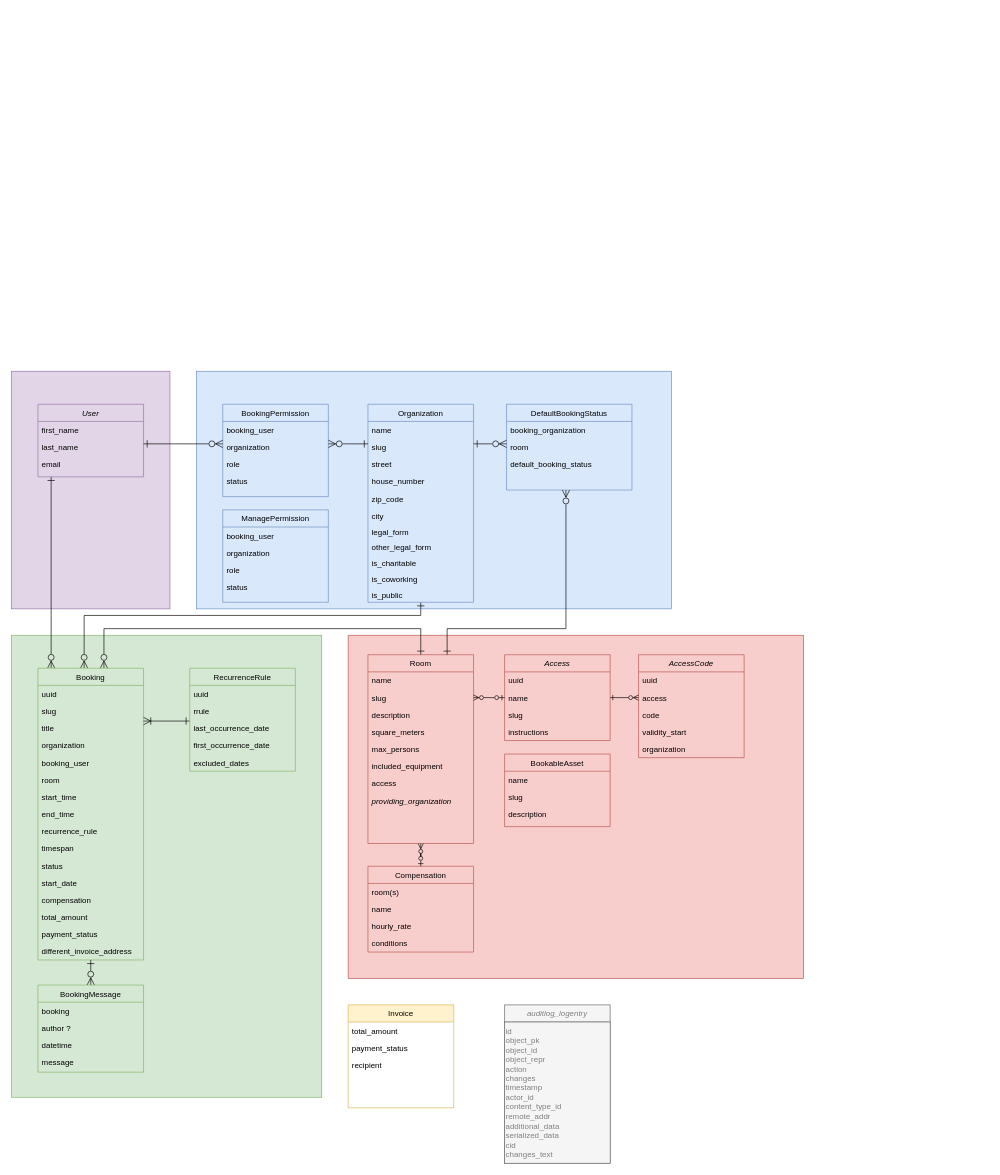
Before: docs/modelling/erd-v1.3.0.drawio in Haus-des-Engagements/re-sharing, a draw.io diagram. Source tidied: cells renumbered, new cells numbered last; positions are measured from the earlier drawing's top-left corner, leaving out a move shared by most shapes. Both pictures are drawn from the tidied source at 66%, with x=0, y=0 at pixel (11, 371).
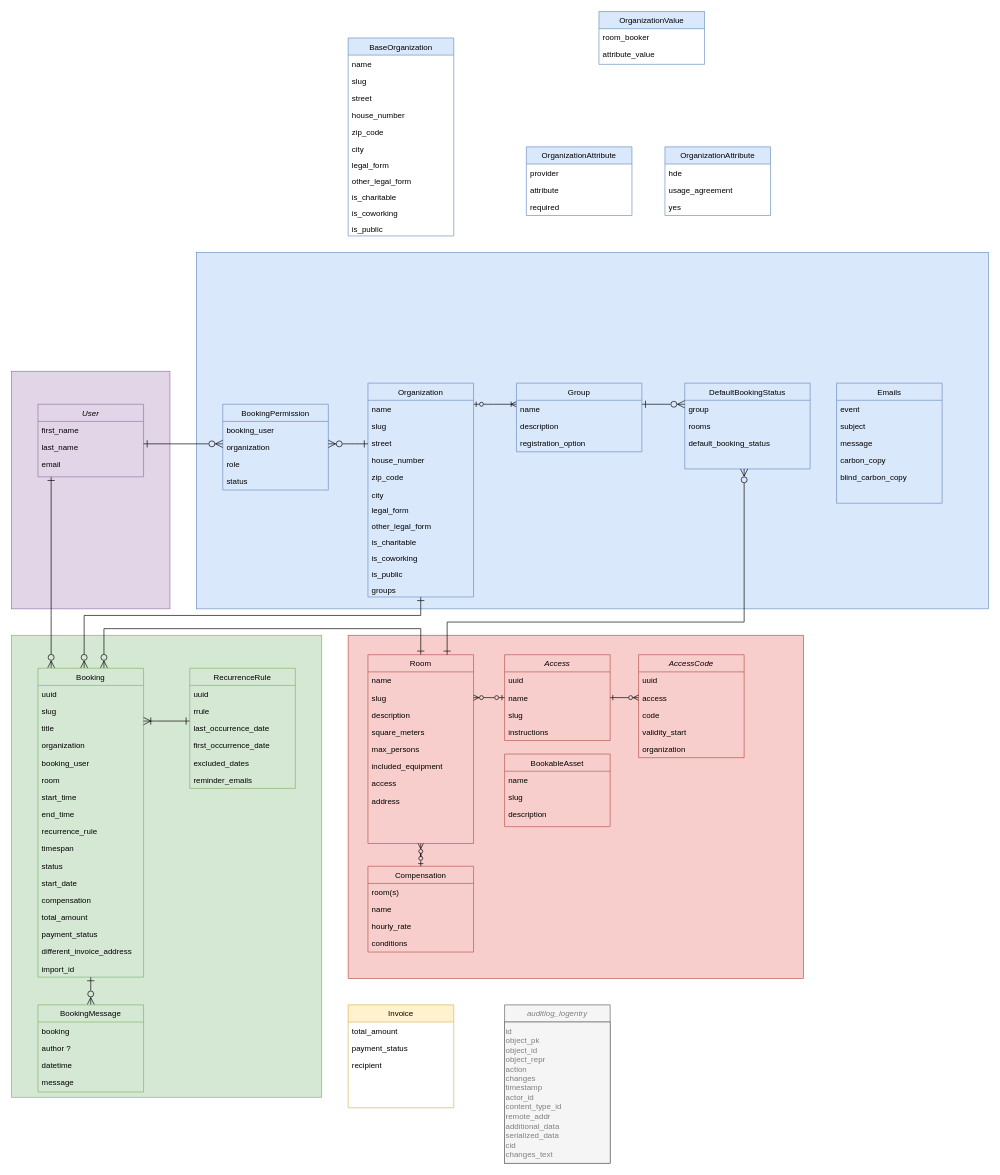
After the change.

The change refers to these unchanged cells:
```xml
<mxCell id="24" value="Room" style="swimlane;fontStyle=0;align=center;verticalAlign=top;horizontal=1;startSize=26;rounded=0;shadow=0;strokeWidth=1;fillColor=#f8cecc;strokeColor=#b85450;" parent="1" vertex="1">
  <mxGeometry x="540" y="429.5" width="160" height="286" as="geometry" />
</mxCell>
```

Change to the diagram source:
```diff
@@
     <mxCell id="2" style="rounded=0;whiteSpace=wrap;html=1;fillColor=#dae8fc;strokeColor=#6c8ebf;" parent="1" vertex="1">
-      <mxGeometry x="280" width="720" height="360" as="geometry" />
+      <mxGeometry x="280" y="-180" width="1200" height="540" as="geometry" />
     </mxCell>
@@
+    <mxCell id="111" style="edgeStyle=orthogonalEdgeStyle;rounded=0;jettySize=auto;html=1;startArrow=ERzeroToOne;startFill=0;endArrow=ERoneToMany;endFill=0;" parent="1" edge="1" source="12" target="145">
+      <mxGeometry relative="1" as="geometry">
+        <Array as="points">
+          <mxPoint x="730" y="50" />
+          <mxPoint x="730" y="50" />
+        </Array>
+      </mxGeometry>
+    </mxCell>
     <mxCell id="12" value="Organization" style="swimlane;fontStyle=0;align=center;verticalAlign=top;horizontal=1;startSize=26;rounded=0;shadow=0;strokeWidth=1;fillColor=#dae8fc;strokeColor=#6c8ebf;" parent="1" vertex="1">
-      <mxGeometry x="540" y="50" width="160" height="300" as="geometry" />
+      <mxGeometry x="540" y="18" width="160" height="324" as="geometry" />
     </mxCell>
@@
+    <mxCell id="112" value="groups" style="text;align=left;verticalAlign=top;spacingLeft=4;spacingRight=4;overflow=hidden;" parent="12" vertex="1">
+      <mxGeometry y="300" width="160" height="24" as="geometry" />
+    </mxCell>
@@
-    <mxCell id="32" value="providing_organization" style="text;align=left;verticalAlign=top;spacingLeft=4;spacingRight=4;overflow=hidden;rounded=0;shadow=0;textShadow=0;fontStyle=2;fontSize=12;" parent="24" vertex="1">
-      <mxGeometry y="208" width="160" height="26" as="geometry" />
-    </mxCell>
+    <mxCell id="113" value="address" style="text;align=left;verticalAlign=top;spacingLeft=4;spacingRight=4;overflow=hidden;rounded=0;shadow=0;html=0;" parent="24" vertex="1">
+      <mxGeometry y="208" width="160" height="26" as="geometry" />
+    </mxCell>
@@
     <mxCell id="36" value="Booking" style="swimlane;fontStyle=0;align=center;verticalAlign=top;horizontal=1;startSize=26;rounded=0;shadow=0;strokeWidth=1;fillColor=#d5e8d4;strokeColor=#82b366;" parent="1" vertex="1">
-      <mxGeometry x="40" y="450" width="160" height="442" as="geometry" />
+      <mxGeometry x="40" y="450" width="160" height="468" as="geometry" />
     </mxCell>
@@
+    <mxCell id="114" value="import_id" style="text;align=left;verticalAlign=top;spacingLeft=4;spacingRight=4;overflow=hidden;rounded=0;shadow=0;html=0;" parent="36" vertex="1">
+      <mxGeometry y="442" width="160" height="26" as="geometry" />
+    </mxCell>
@@
     <mxCell id="55" value="BookingMessage" style="swimlane;fontStyle=0;align=center;verticalAlign=top;horizontal=1;startSize=26;rounded=0;shadow=0;strokeWidth=1;fillColor=#d5e8d4;strokeColor=#82b366;" parent="1" vertex="1">
-      <mxGeometry x="40" y="930" width="160" height="132" as="geometry" />
+      <mxGeometry x="40" y="960" width="160" height="132" as="geometry" />
     </mxCell>
@@
     <mxCell id="60" value="DefaultBookingStatus" style="swimlane;fontStyle=0;align=center;verticalAlign=top;horizontal=1;startSize=26;rounded=0;shadow=0;strokeWidth=1;fillColor=#dae8fc;strokeColor=#6c8ebf;" parent="1" vertex="1">
-      <mxGeometry x="750" y="50" width="190" height="130" as="geometry" />
+      <mxGeometry x="1020" y="18" width="190" height="130" as="geometry" />
     </mxCell>
-    <mxCell id="61" value="booking_organization" style="text;align=left;verticalAlign=top;spacingLeft=4;spacingRight=4;overflow=hidden;" parent="60" vertex="1">
+    <mxCell id="61" value="group" style="text;align=left;verticalAlign=top;spacingLeft=4;spacingRight=4;overflow=hidden;" parent="60" vertex="1">
       <mxGeometry y="26" width="190" height="26" as="geometry" />
     </mxCell>
-    <mxCell id="62" value="room" style="text;align=left;verticalAlign=top;spacingLeft=4;spacingRight=4;overflow=hidden;rounded=0;shadow=0;html=0;" parent="60" vertex="1">
+    <mxCell id="62" value="rooms" style="text;align=left;verticalAlign=top;spacingLeft=4;spacingRight=4;overflow=hidden;rounded=0;shadow=0;html=0;" parent="60" vertex="1">
       <mxGeometry y="52" width="190" height="26" as="geometry" />
     </mxCell>
@@
-    <mxCell id="64" style="edgeStyle=orthogonalEdgeStyle;rounded=0;jettySize=auto;html=1;startArrow=ERzeroToMany;startFill=0;endArrow=ERone;endFill=0;strokeWidth=1;endSize=9;startSize=9;" parent="1" edge="1" source="60" target="12">
+    <mxCell id="64" style="edgeStyle=orthogonalEdgeStyle;rounded=0;jettySize=auto;html=1;startArrow=ERzeroToMany;startFill=0;endArrow=ERone;endFill=0;strokeWidth=1;endSize=9;startSize=9;" parent="1" edge="1" source="60" target="145">
       <mxGeometry relative="1" as="geometry">
         <Array as="points">
-          <mxPoint x="720" y="110" />
-          <mxPoint x="720" y="110" />
+          <mxPoint x="960" y="50" />
+          <mxPoint x="960" y="50" />
         </Array>
       </mxGeometry>
     </mxCell>
     <mxCell id="65" style="edgeStyle=orthogonalEdgeStyle;rounded=0;jettySize=auto;html=1;startArrow=ERone;startFill=0;endArrow=ERzeroToMany;endFill=0;strokeWidth=1;curved=0;endSize=9;startSize=9;" parent="1" edge="1" source="24" target="60">
       <mxGeometry relative="1" as="geometry">
         <Array as="points">
-          <mxPoint x="660" y="390" />
-          <mxPoint x="840" y="390" />
+          <mxPoint x="660" y="380" />
+          <mxPoint x="1110" y="380" />
         </Array>
       </mxGeometry>
     </mxCell>
     <mxCell id="66" value="BookingPermission" style="swimlane;fontStyle=0;align=center;verticalAlign=top;horizontal=1;startSize=26;rounded=0;shadow=0;strokeWidth=1;fillColor=#dae8fc;strokeColor=#6c8ebf;" parent="1" vertex="1">
-      <mxGeometry x="320" y="50" width="160" height="140" as="geometry" />
+      <mxGeometry x="320" y="50" width="160" height="130" as="geometry" />
     </mxCell>
@@
     <mxCell id="91" value="RecurrenceRule" style="swimlane;fontStyle=0;align=center;verticalAlign=top;horizontal=1;startSize=26;rounded=0;shadow=0;strokeWidth=1;fillColor=#d5e8d4;strokeColor=#82b366;" parent="1" vertex="1">
-      <mxGeometry x="270" y="450" width="160" height="156" as="geometry" />
+      <mxGeometry x="270" y="450" width="160" height="182" as="geometry" />
     </mxCell>
@@
+    <mxCell id="115" value="reminder_emails" style="text;align=left;verticalAlign=top;spacingLeft=4;spacingRight=4;overflow=hidden;rounded=0;shadow=0;html=0;" parent="91" vertex="1">
+      <mxGeometry y="156" width="160" height="26" as="geometry" />
+    </mxCell>
@@
-    <mxCell id="106" value="ManagePermission" style="swimlane;fontStyle=0;align=center;verticalAlign=top;horizontal=1;startSize=26;rounded=0;shadow=0;strokeWidth=1;fillColor=#dae8fc;strokeColor=#6c8ebf;" parent="1" vertex="1">
-      <mxGeometry x="320" y="210" width="160" height="140" as="geometry" />
-    </mxCell>
-    <mxCell id="107" value="booking_user" style="text;align=left;verticalAlign=top;spacingLeft=4;spacingRight=4;overflow=hidden;" parent="106" vertex="1">
-      <mxGeometry y="26" width="160" height="26" as="geometry" />
-    </mxCell>
-    <mxCell id="108" value="organization" style="text;align=left;verticalAlign=top;spacingLeft=4;spacingRight=4;overflow=hidden;rounded=0;shadow=0;html=0;" parent="106" vertex="1">
-      <mxGeometry y="52" width="160" height="26" as="geometry" />
-    </mxCell>
-    <mxCell id="109" value="role" style="text;align=left;verticalAlign=top;spacingLeft=4;spacingRight=4;overflow=hidden;rounded=0;shadow=0;html=0;" parent="106" vertex="1">
-      <mxGeometry y="78" width="160" height="26" as="geometry" />
-    </mxCell>
-    <mxCell id="110" value="status" style="text;align=left;verticalAlign=top;spacingLeft=4;spacingRight=4;overflow=hidden;rounded=0;shadow=0;html=0;" parent="106" vertex="1">
-      <mxGeometry y="104" width="160" height="26" as="geometry" />
-    </mxCell>
+    <mxCell id="116" value="BaseOrganization" style="swimlane;fontStyle=0;align=center;verticalAlign=top;horizontal=1;startSize=26;rounded=0;shadow=0;strokeWidth=1;fillColor=#dae8fc;strokeColor=#6c8ebf;" parent="1" vertex="1">
+      <mxGeometry x="510" y="-505" width="160" height="300" as="geometry" />
+    </mxCell>
+    <mxCell id="117" value="name" style="text;align=left;verticalAlign=top;spacingLeft=4;spacingRight=4;overflow=hidden;" parent="116" vertex="1">
+      <mxGeometry y="26" width="160" height="26" as="geometry" />
+    </mxCell>
+    <mxCell id="118" value="slug" style="text;align=left;verticalAlign=top;spacingLeft=4;spacingRight=4;overflow=hidden;rounded=0;shadow=0;html=0;" parent="116" vertex="1">
+      <mxGeometry y="52" width="160" height="26" as="geometry" />
+    </mxCell>
+    <mxCell id="119" value="street" style="text;align=left;verticalAlign=top;spacingLeft=4;spacingRight=4;overflow=hidden;rounded=0;shadow=0;html=0;" parent="116" vertex="1">
+      <mxGeometry y="78" width="160" height="26" as="geometry" />
+    </mxCell>
+    <mxCell id="120" value="house_number" style="text;align=left;verticalAlign=top;spacingLeft=4;spacingRight=4;overflow=hidden;rounded=0;shadow=0;html=0;" parent="116" vertex="1">
+      <mxGeometry y="104" width="160" height="26" as="geometry" />
+    </mxCell>
+    <mxCell id="121" value="zip_code" style="text;align=left;verticalAlign=top;spacingLeft=4;spacingRight=4;overflow=hidden;rounded=0;shadow=0;html=0;" parent="116" vertex="1">
+      <mxGeometry y="130" width="160" height="26" as="geometry" />
+    </mxCell>
+    <mxCell id="122" value="city" style="text;align=left;verticalAlign=top;spacingLeft=4;spacingRight=4;overflow=hidden;" parent="116" vertex="1">
+      <mxGeometry y="156" width="160" height="24" as="geometry" />
+    </mxCell>
+    <mxCell id="123" value="legal_form" style="text;align=left;verticalAlign=top;spacingLeft=4;spacingRight=4;overflow=hidden;" parent="116" vertex="1">
+      <mxGeometry y="180" width="160" height="24" as="geometry" />
+    </mxCell>
+    <mxCell id="124" value="other_legal_form" style="text;align=left;verticalAlign=top;spacingLeft=4;spacingRight=4;overflow=hidden;" parent="116" vertex="1">
+      <mxGeometry y="204" width="160" height="24" as="geometry" />
+    </mxCell>
+    <mxCell id="125" value="is_charitable" style="text;align=left;verticalAlign=top;spacingLeft=4;spacingRight=4;overflow=hidden;" parent="116" vertex="1">
+      <mxGeometry y="228" width="160" height="24" as="geometry" />
+    </mxCell>
+    <mxCell id="126" value="is_coworking" style="text;align=left;verticalAlign=top;spacingLeft=4;spacingRight=4;overflow=hidden;" parent="116" vertex="1">
+      <mxGeometry y="252" width="160" height="24" as="geometry" />
+    </mxCell>
+    <mxCell id="127" value="is_public" style="text;align=left;verticalAlign=top;spacingLeft=4;spacingRight=4;overflow=hidden;" parent="116" vertex="1">
+      <mxGeometry y="276" width="160" height="24" as="geometry" />
+    </mxCell>
+    <mxCell id="128" value="OrganizationAttribute" style="swimlane;fontStyle=0;align=center;verticalAlign=top;horizontal=1;startSize=26;rounded=0;shadow=0;strokeWidth=1;fillColor=#dae8fc;strokeColor=#6c8ebf;" parent="1" vertex="1">
+      <mxGeometry x="780" y="-340" width="160" height="104" as="geometry" />
+    </mxCell>
+    <mxCell id="129" value="provider" style="text;align=left;verticalAlign=top;spacingLeft=4;spacingRight=4;overflow=hidden;" parent="128" vertex="1">
+      <mxGeometry y="26" width="160" height="26" as="geometry" />
+    </mxCell>
+    <mxCell id="130" value="attribute" style="text;align=left;verticalAlign=top;spacingLeft=4;spacingRight=4;overflow=hidden;" parent="128" vertex="1">
+      <mxGeometry y="52" width="160" height="26" as="geometry" />
+    </mxCell>
+    <mxCell id="131" value="required" style="text;align=left;verticalAlign=top;spacingLeft=4;spacingRight=4;overflow=hidden;" parent="128" vertex="1">
+      <mxGeometry y="78" width="160" height="26" as="geometry" />
+    </mxCell>
+    <mxCell id="132" value="OrganizationValue" style="swimlane;fontStyle=0;align=center;verticalAlign=top;horizontal=1;startSize=26;rounded=0;shadow=0;strokeWidth=1;fillColor=#dae8fc;strokeColor=#6c8ebf;" parent="1" vertex="1">
+      <mxGeometry x="890" y="-545" width="160" height="80" as="geometry" />
+    </mxCell>
+    <mxCell id="133" value="room_booker" style="text;align=left;verticalAlign=top;spacingLeft=4;spacingRight=4;overflow=hidden;" parent="132" vertex="1">
+      <mxGeometry y="26" width="160" height="26" as="geometry" />
+    </mxCell>
+    <mxCell id="134" value="attribute_value" style="text;align=left;verticalAlign=top;spacingLeft=4;spacingRight=4;overflow=hidden;" parent="132" vertex="1">
+      <mxGeometry y="52" width="160" height="26" as="geometry" />
+    </mxCell>
+    <mxCell id="135" value="OrganizationAttribute" style="swimlane;fontStyle=0;align=center;verticalAlign=top;horizontal=1;startSize=26;rounded=0;shadow=0;strokeWidth=1;fillColor=#dae8fc;strokeColor=#6c8ebf;" parent="1" vertex="1">
+      <mxGeometry x="990" y="-340" width="160" height="104" as="geometry" />
+    </mxCell>
+    <mxCell id="136" value="hde" style="text;align=left;verticalAlign=top;spacingLeft=4;spacingRight=4;overflow=hidden;" parent="135" vertex="1">
+      <mxGeometry y="26" width="160" height="26" as="geometry" />
+    </mxCell>
+    <mxCell id="137" value="usage_agreement" style="text;align=left;verticalAlign=top;spacingLeft=4;spacingRight=4;overflow=hidden;" parent="135" vertex="1">
+      <mxGeometry y="52" width="160" height="26" as="geometry" />
+    </mxCell>
+    <mxCell id="138" value="yes" style="text;align=left;verticalAlign=top;spacingLeft=4;spacingRight=4;overflow=hidden;" parent="135" vertex="1">
+      <mxGeometry y="78" width="160" height="26" as="geometry" />
+    </mxCell>
+    <mxCell id="139" value="Emails" style="swimlane;fontStyle=0;align=center;verticalAlign=top;horizontal=1;startSize=26;rounded=0;shadow=0;strokeWidth=1;fillColor=#dae8fc;strokeColor=#6c8ebf;" parent="1" vertex="1">
+      <mxGeometry x="1250" y="18" width="160" height="182" as="geometry" />
+    </mxCell>
+    <mxCell id="140" value="event" style="text;align=left;verticalAlign=top;spacingLeft=4;spacingRight=4;overflow=hidden;" parent="139" vertex="1">
+      <mxGeometry y="26" width="160" height="26" as="geometry" />
+    </mxCell>
+    <mxCell id="141" value="subject" style="text;align=left;verticalAlign=top;spacingLeft=4;spacingRight=4;overflow=hidden;" parent="139" vertex="1">
+      <mxGeometry y="52" width="160" height="26" as="geometry" />
+    </mxCell>
+    <mxCell id="142" value="message" style="text;align=left;verticalAlign=top;spacingLeft=4;spacingRight=4;overflow=hidden;" parent="139" vertex="1">
+      <mxGeometry y="78" width="160" height="26" as="geometry" />
+    </mxCell>
+    <mxCell id="143" value="carbon_copy" style="text;align=left;verticalAlign=top;spacingLeft=4;spacingRight=4;overflow=hidden;" parent="139" vertex="1">
+      <mxGeometry y="104" width="160" height="26" as="geometry" />
+    </mxCell>
+    <mxCell id="144" value="blind_carbon_copy" style="text;align=left;verticalAlign=top;spacingLeft=4;spacingRight=4;overflow=hidden;" parent="139" vertex="1">
+      <mxGeometry y="130" width="160" height="26" as="geometry" />
+    </mxCell>
+    <mxCell id="145" value="Group" style="swimlane;fontStyle=0;align=center;verticalAlign=top;horizontal=1;startSize=26;rounded=0;shadow=0;strokeWidth=1;fillColor=#dae8fc;strokeColor=#6c8ebf;" parent="1" vertex="1">
+      <mxGeometry x="765" y="18" width="190" height="104" as="geometry" />
+    </mxCell>
+    <mxCell id="146" value="name" style="text;align=left;verticalAlign=top;spacingLeft=4;spacingRight=4;overflow=hidden;" parent="145" vertex="1">
+      <mxGeometry y="26" width="190" height="26" as="geometry" />
+    </mxCell>
+    <mxCell id="147" value="description" style="text;align=left;verticalAlign=top;spacingLeft=4;spacingRight=4;overflow=hidden;" parent="145" vertex="1">
+      <mxGeometry y="52" width="190" height="26" as="geometry" />
+    </mxCell>
+    <mxCell id="148" value="registration_option" style="text;align=left;verticalAlign=top;spacingLeft=4;spacingRight=4;overflow=hidden;" parent="145" vertex="1">
+      <mxGeometry y="78" width="190" height="26" as="geometry" />
+    </mxCell>
```
